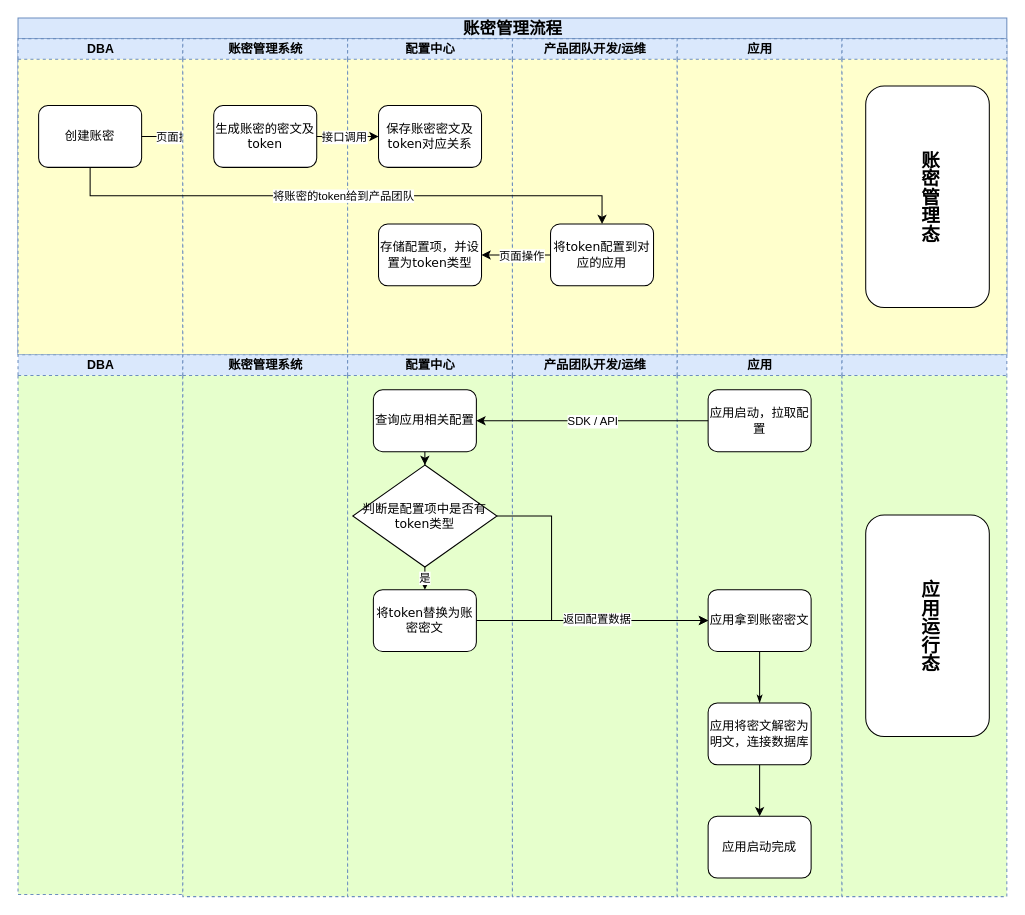
pbxnn/draw keeps this draw.io diagram as 账密管理.drawio. Above is the earlier version. Source tidied: cells renumbered, new cells numbered last; positions are measured from the earlier drawing's top-left corner, leaving out a move shared by most shapes. Both pictures are drawn from the tidied source at 103%, with x=0, y=0 at pixel (18, 18).
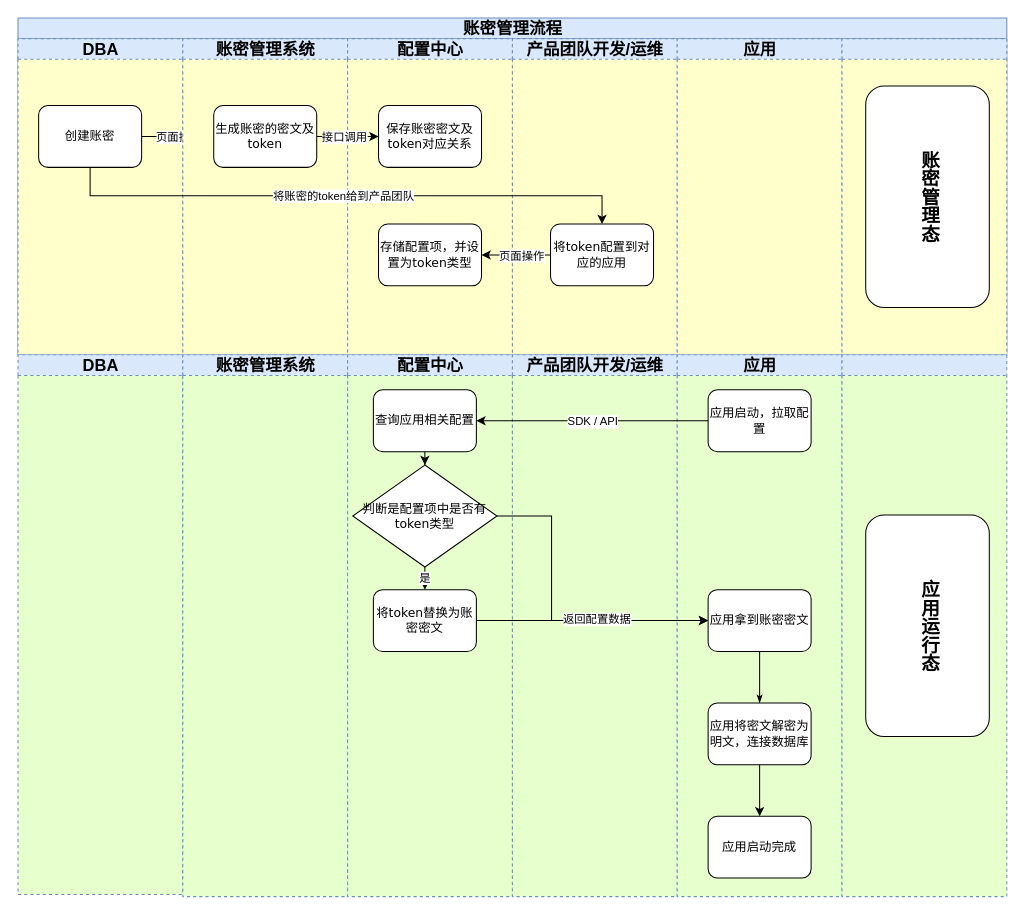
Above is the later version.

Commit message (it also covers changes not shown here):
更新账密管理.drawio

Unchanged cells that the change refers to:
```xml
<mxCell id="2" value="账密管理流程" style="swimlane;html=1;startSize=20;rounded=0;shadow=0;labelBackgroundColor=none;strokeWidth=1;fontFamily=Verdana;fontSize=16;align=center;fillColor=#dae8fc;strokeColor=#6c8ebf;" parent="1" vertex="1">
  <mxGeometry width="960" height="327" as="geometry" />
</mxCell>
```

The edit, as a diff of the source:
```diff
@@
-    <mxCell id="3" value="DBA" style="swimlane;html=1;startSize=20;dashed=1;swimlaneFillColor=#FFFFCC;fillColor=#dae8fc;strokeColor=#6c8ebf;" parent="2" vertex="1">
+    <mxCell id="3" value="DBA" style="swimlane;html=1;startSize=20;dashed=1;swimlaneFillColor=#FFFFCC;fillColor=#dae8fc;strokeColor=#6c8ebf;fontSize=16;" parent="2" vertex="1">
       <mxGeometry y="20" width="160" height="307" as="geometry" />
     </mxCell>
@@
-    <mxCell id="7" value="账密管理系统" style="swimlane;html=1;startSize=20;dashed=1;swimlaneFillColor=#FFFFCC;fillColor=#dae8fc;strokeColor=#6c8ebf;" parent="2" vertex="1">
+    <mxCell id="7" value="账密管理系统" style="swimlane;html=1;startSize=20;dashed=1;swimlaneFillColor=#FFFFCC;fillColor=#dae8fc;strokeColor=#6c8ebf;fontSize=16;" parent="2" vertex="1">
       <mxGeometry x="160" y="20" width="160" height="307" as="geometry" />
     </mxCell>
@@
-    <mxCell id="9" value="配置中心" style="swimlane;html=1;startSize=20;dashed=1;swimlaneFillColor=#FFFFCC;fillColor=#dae8fc;strokeColor=#6c8ebf;" parent="2" vertex="1">
+    <mxCell id="9" value="配置中心" style="swimlane;html=1;startSize=20;dashed=1;swimlaneFillColor=#FFFFCC;fillColor=#dae8fc;strokeColor=#6c8ebf;fontSize=16;" parent="2" vertex="1">
       <mxGeometry x="320" y="20" width="160" height="307" as="geometry" />
     </mxCell>
@@
-    <mxCell id="12" value="产品团队开发/运维" style="swimlane;html=1;startSize=20;dashed=1;swimlaneFillColor=#FFFFCC;fillColor=#dae8fc;strokeColor=#6c8ebf;" parent="2" vertex="1">
+    <mxCell id="12" value="产品团队开发/运维" style="swimlane;html=1;startSize=20;dashed=1;swimlaneFillColor=#FFFFCC;fillColor=#dae8fc;strokeColor=#6c8ebf;fontSize=16;" parent="2" vertex="1">
       <mxGeometry x="480" y="20" width="160" height="307" as="geometry" />
     </mxCell>
@@
-    <mxCell id="14" value="应用" style="swimlane;html=1;startSize=20;dashed=1;swimlaneFillColor=#FFFFCC;fillColor=#dae8fc;strokeColor=#6c8ebf;" parent="2" vertex="1">
+    <mxCell id="14" value="应用" style="swimlane;html=1;startSize=20;dashed=1;swimlaneFillColor=#FFFFCC;fillColor=#dae8fc;strokeColor=#6c8ebf;fontSize=16;" parent="2" vertex="1">
       <mxGeometry x="640" y="20" width="160" height="307" as="geometry" />
     </mxCell>
@@
-    <mxCell id="23" value="DBA" style="swimlane;html=1;startSize=20;dashed=1;fillColor=#dae8fc;strokeColor=#6c8ebf;swimlaneFillColor=#E6FFCC;" parent="1" vertex="1">
+    <mxCell id="23" value="DBA" style="swimlane;html=1;startSize=20;dashed=1;fillColor=#dae8fc;strokeColor=#6c8ebf;swimlaneFillColor=#E6FFCC;fontSize=16;" parent="1" vertex="1">
       <mxGeometry y="327" width="160" height="524" as="geometry" />
     </mxCell>
-    <mxCell id="24" value="账密管理系统" style="swimlane;html=1;startSize=20;dashed=1;fillColor=#dae8fc;strokeColor=#6c8ebf;swimlaneFillColor=#E6FFCC;" parent="1" vertex="1">
+    <mxCell id="24" value="账密管理系统" style="swimlane;html=1;startSize=20;dashed=1;fillColor=#dae8fc;strokeColor=#6c8ebf;swimlaneFillColor=#E6FFCC;fontSize=16;" parent="1" vertex="1">
       <mxGeometry x="160" y="327" width="160" height="526" as="geometry" />
     </mxCell>
-    <mxCell id="25" value="配置中心" style="swimlane;html=1;startSize=20;dashed=1;fillColor=#dae8fc;strokeColor=#6c8ebf;swimlaneFillColor=#E6FFCC;" parent="1" vertex="1">
+    <mxCell id="25" value="配置中心" style="swimlane;html=1;startSize=20;dashed=1;fillColor=#dae8fc;strokeColor=#6c8ebf;swimlaneFillColor=#E6FFCC;fontSize=16;" parent="1" vertex="1">
       <mxGeometry x="320" y="327" width="160" height="526" as="geometry" />
     </mxCell>
@@
-    <mxCell id="31" value="产品团队开发/运维" style="swimlane;html=1;startSize=20;dashed=1;fillColor=#dae8fc;strokeColor=#6c8ebf;swimlaneFillColor=#E6FFCC;" parent="1" vertex="1">
+    <mxCell id="31" value="产品团队开发/运维" style="swimlane;html=1;startSize=20;dashed=1;fillColor=#dae8fc;strokeColor=#6c8ebf;swimlaneFillColor=#E6FFCC;fontSize=16;" parent="1" vertex="1">
       <mxGeometry x="480" y="327" width="160" height="526" as="geometry" />
     </mxCell>
-    <mxCell id="32" value="应用" style="swimlane;html=1;startSize=20;dashed=1;fillColor=#dae8fc;strokeColor=#6c8ebf;swimlaneFillColor=#E6FFCC;" parent="1" vertex="1">
+    <mxCell id="32" value="应用" style="swimlane;html=1;startSize=20;dashed=1;fillColor=#dae8fc;strokeColor=#6c8ebf;swimlaneFillColor=#E6FFCC;fontSize=16;" parent="1" vertex="1">
       <mxGeometry x="640" y="327" width="160" height="526" as="geometry" />
     </mxCell>
```
